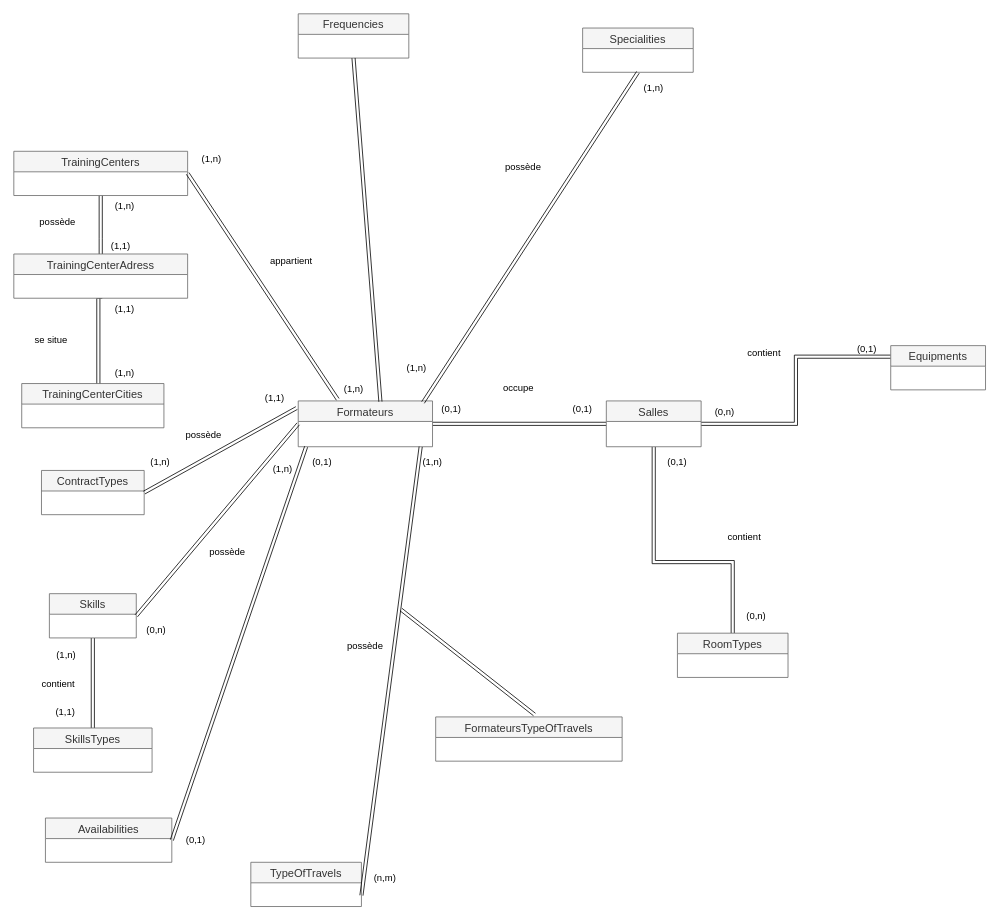
laurentbedu/Travail keeps this draw.io diagram as page "Page-1" (1 of 2) of base_de_donnees/cardinalite-SQL.drawio. Above is the earlier version. Source tidied: cells renumbered, new cells numbered last; positions are measured from the earlier drawing's top-left corner, leaving out a move shared by most shapes. Both pictures are drawn from the tidied source at 79%, with x=0, y=0 at pixel (13, 13).
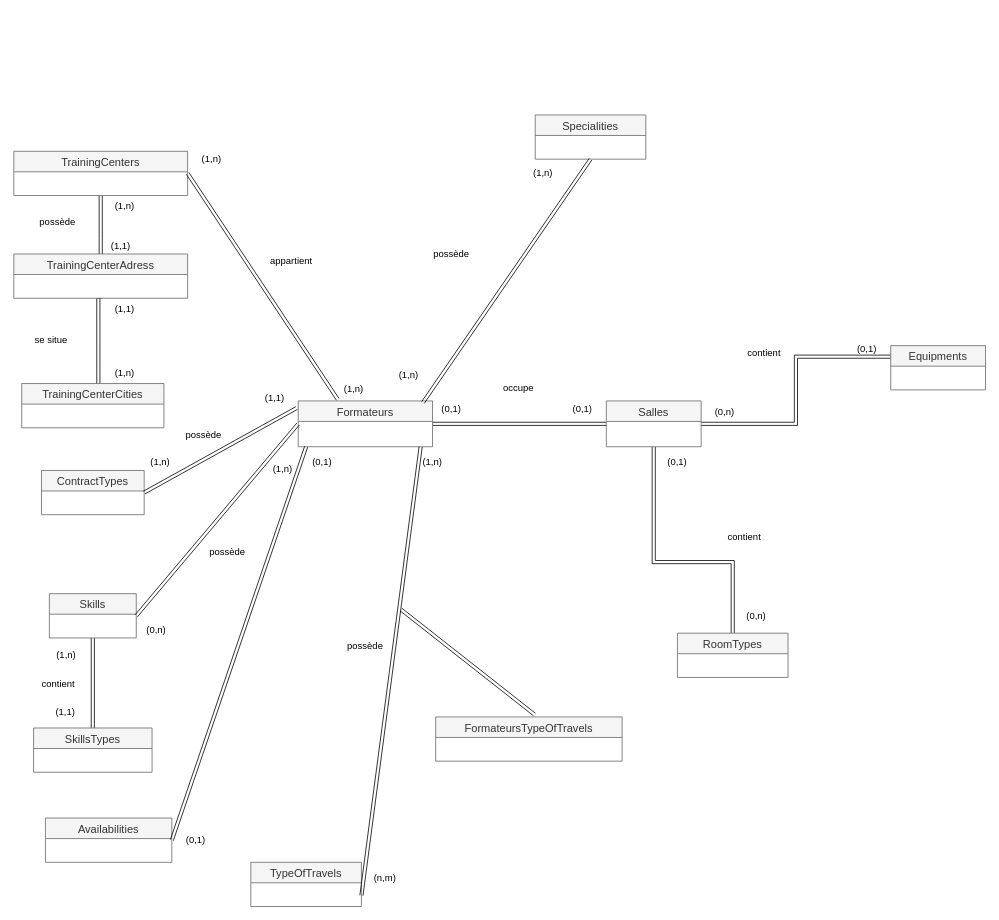
The same diagram, later.

Commit message (it also covers changes not shown here):
ajout jpg

Unchanged cells that the change refers to:
```xml
<mxCell id="3" value="Formateurs" style="swimlane;fontStyle=0;horizontal=1;startSize=26;fillColor=#f5f5f5;swimlaneFillColor=#ffffff;align=center;fontSize=14;strokeColor=#666666;fontColor=#333333;" parent="1" vertex="1">
  <mxGeometry x="360" y="490" width="170" height="58" as="geometry" />
</mxCell>
```

Change to the diagram source:
```diff
@@
-    <mxCell id="6" value="Frequencies" style="swimlane;fontStyle=0;horizontal=1;startSize=26;fillColor=#f5f5f5;swimlaneFillColor=#ffffff;align=center;fontSize=14;strokeColor=#666666;fontColor=#333333;" parent="1" vertex="1">
-      <mxGeometry x="360" width="140" height="56" as="geometry" />
-    </mxCell>
     <mxCell id="7" value="Specialities" style="swimlane;fontStyle=0;horizontal=1;startSize=26;fillColor=#f5f5f5;swimlaneFillColor=#ffffff;align=center;fontSize=14;strokeColor=#666666;fontColor=#333333;" parent="1" vertex="1">
-      <mxGeometry x="720" y="18" width="140" height="56" as="geometry" />
+      <mxGeometry x="660" y="128" width="140" height="56" as="geometry" />
     </mxCell>
@@
-    <mxCell id="29" style="endArrow=classic;html=1;exitX=0.612;exitY=0.017;exitDx=0;exitDy=0;entryX=0.5;entryY=1;entryDx=0;entryDy=0;exitPerimeter=0;shape=link;" parent="1" edge="1" source="3" target="6">
-      <mxGeometry relative="1" as="geometry" />
-    </mxCell>
@@
     <mxCell id="43" value="(1,n)" style="text;html=1;strokeColor=none;fillColor=none;align=center;verticalAlign=middle;whiteSpace=wrap;rounded=0;" parent="1" vertex="1">
-      <mxGeometry x="490" y="438" width="40" height="20" as="geometry" />
+      <mxGeometry x="480" y="448" width="40" height="20" as="geometry" />
     </mxCell>
     <mxCell id="44" value="(1,n)" style="text;html=1;strokeColor=none;fillColor=none;align=center;verticalAlign=middle;whiteSpace=wrap;rounded=0;" parent="1" vertex="1">
-      <mxGeometry x="790" y="84" width="40" height="20" as="geometry" />
+      <mxGeometry x="650" y="192" width="40" height="20" as="geometry" />
     </mxCell>
     <mxCell id="45" value="possède" style="text;html=1;strokeColor=none;fillColor=none;align=center;verticalAlign=middle;whiteSpace=wrap;rounded=0;" parent="1" vertex="1">
-      <mxGeometry x="590" y="184" width="110" height="20" as="geometry" />
+      <mxGeometry x="499" y="294" width="110" height="20" as="geometry" />
     </mxCell>
```
